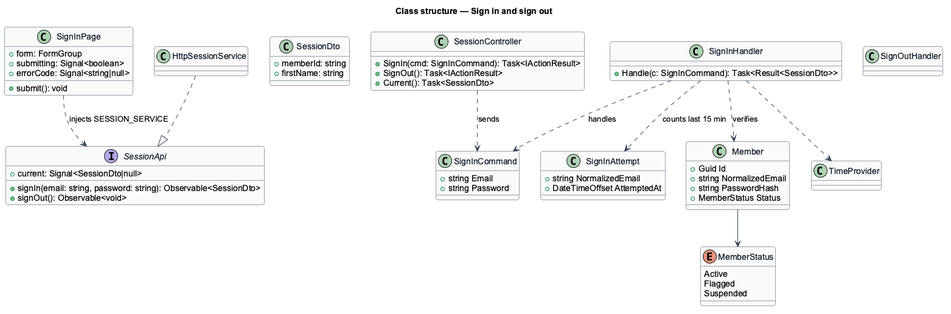
This is docs/detailed-designs/member-access/sign-in-and-out/diagrams/class-structure.png from QuinntyneBrown/christian-fitness, a PlantUML export, as it was before one commit.
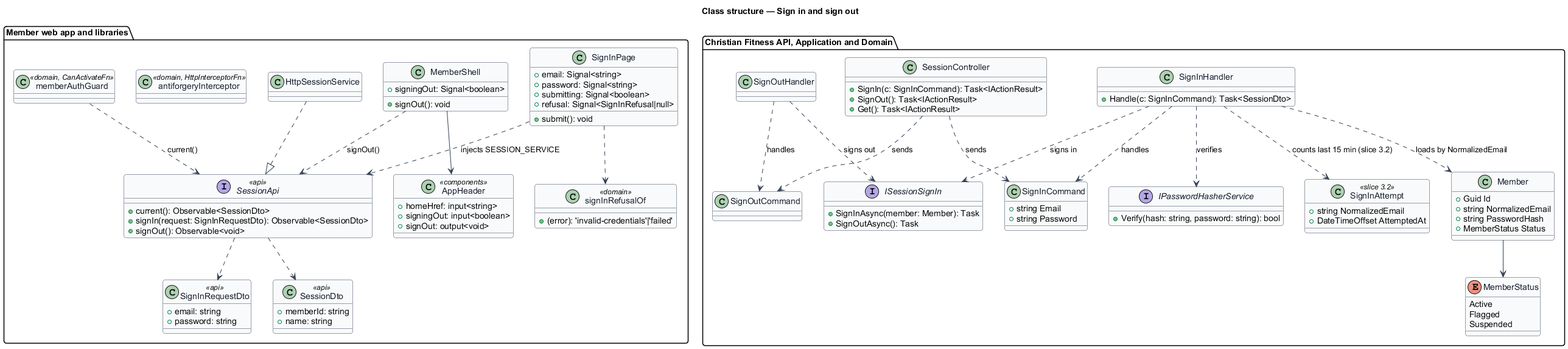
The same diagram one commit later.

Change to the diagram source:
```diff
@@ -10,56 +10,97 @@
   BackgroundColor #F9FAFB
 }
 title Class structure — Sign in and sign out
-class SignInPage {
-  +form: FormGroup
-  +submitting: Signal<boolean>
-  +errorCode: Signal<string|null>
-  +submit(): void
+package "Member web app and libraries" {
+  class SignInPage {
+    +email: Signal<string>
+    +password: Signal<string>
+    +submitting: Signal<boolean>
+    +refusal: Signal<SignInRefusal|null>
+    +submit(): void
+  }
+  class MemberShell {
+    +signingOut: Signal<boolean>
+    +signOut(): void
+  }
+  class AppHeader <<components>> {
+    +homeHref: input<string>
+    +signingOut: input<boolean>
+    +signOut: output<void>
+  }
+  class memberAuthGuard <<domain, CanActivateFn>>
+  class antiforgeryInterceptor <<domain, HttpInterceptorFn>>
+  class signInRefusalOf <<domain>> {
+    +(error): 'invalid-credentials'|'failed'
+  }
+  interface SessionApi <<api>> {
+    +current(): Observable<SessionDto>
+    +signIn(request: SignInRequestDto): Observable<SessionDto>
+    +signOut(): Observable<void>
+  }
+  class HttpSessionService
+  class SignInRequestDto <<api>> {
+    +email: string
+    +password: string
+  }
+  class SessionDto <<api>> {
+    +memberId: string
+    +name: string
+  }
 }
-interface SessionApi {
-  +current: Signal<SessionDto|null>
-  +signIn(email: string, password: string): Observable<SessionDto>
-  +signOut(): Observable<void>
-}
-class HttpSessionService
-class SessionDto {
-  +memberId: string
-  +firstName: string
-}
-class SessionController {
-  +SignIn(cmd: SignInCommand): Task<IActionResult>
-  +SignOut(): Task<IActionResult>
-  +Current(): Task<SessionDto>
-}
-class SignInCommand {
-  +string Email
-  +string Password
-}
-class SignInHandler {
-  +Handle(c: SignInCommand): Task<Result<SessionDto>>
-}
-class SignOutHandler
-class SignInAttempt {
-  +string NormalizedEmail
-  +DateTimeOffset AttemptedAt
-}
-class Member {
-  +Guid Id
-  +string NormalizedEmail
-  +string PasswordHash
-  +MemberStatus Status
-}
-enum MemberStatus {
-  Active
-  Flagged
-  Suspended
+package "Christian Fitness API, Application and Domain" {
+  class SessionController {
+    +SignIn(c: SignInCommand): Task<IActionResult>
+    +SignOut(): Task<IActionResult>
+    +Get(): Task<IActionResult>
+  }
+  class SignInCommand {
+    +string Email
+    +string Password
+  }
+  class SignInHandler {
+    +Handle(c: SignInCommand): Task<SessionDto>
+  }
+  class SignOutCommand
+  class SignOutHandler
+  interface ISessionSignIn {
+    +SignInAsync(member: Member): Task
+    +SignOutAsync(): Task
+  }
+  interface IPasswordHasherService {
+    +Verify(hash: string, password: string): bool
+  }
+  class SignInAttempt <<slice 3.2>> {
+    +string NormalizedEmail
+    +DateTimeOffset AttemptedAt
+  }
+  class Member {
+    +Guid Id
+    +string NormalizedEmail
+    +string PasswordHash
+    +MemberStatus Status
+  }
+  enum MemberStatus {
+    Active
+    Flagged
+    Suspended
+  }
 }
 HttpSessionService ..|> SessionApi
 SignInPage ..> SessionApi : injects SESSION_SERVICE
+SignInPage ..> signInRefusalOf
+MemberShell --> AppHeader
+MemberShell ..> SessionApi : signOut()
+memberAuthGuard ..> SessionApi : current()
+SessionApi ..> SignInRequestDto
+SessionApi ..> SessionDto
 SessionController ..> SignInCommand : sends
+SessionController ..> SignOutCommand : sends
 SignInHandler ..> SignInCommand : handles
-SignInHandler ..> SignInAttempt : counts last 15 min
-SignInHandler ..> Member : verifies
-SignInHandler ..> TimeProvider
+SignOutHandler ..> SignOutCommand : handles
+SignInHandler ..> IPasswordHasherService : verifies
+SignInHandler ..> ISessionSignIn : signs in
+SignOutHandler ..> ISessionSignIn : signs out
+SignInHandler ..> Member : loads by NormalizedEmail
+SignInHandler ..> SignInAttempt : counts last 15 min (slice 3.2)
 Member --> MemberStatus
 @enduml
```
